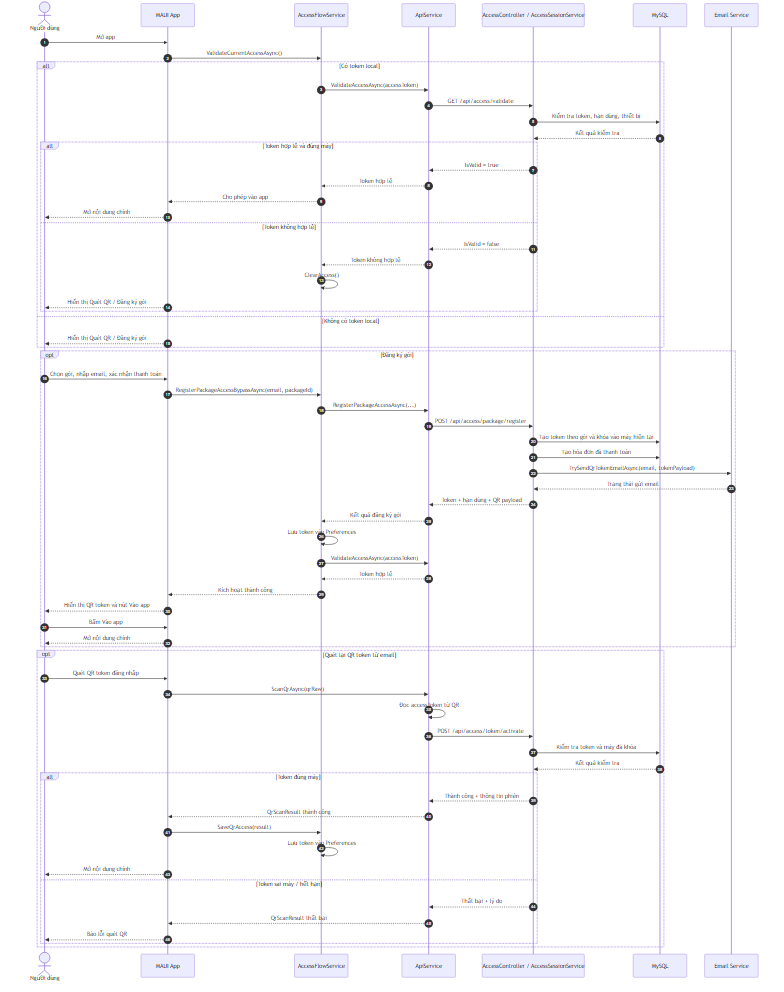
Above: prd-assets/mermaid/sequence_qr_access.png in ledat2412/C-SA-T (Mermaid), before the change. Its source is kept beside it as prd-assets/mermaid/sequence_qr_access.mmd. The source it was exported from:
```mermaid
sequenceDiagram
    autonumber
    actor User as Người dùng
    participant App as MAUI App
    participant AccessFlow as AccessFlowService
    participant Api as ApiService
    participant Backend as AccessController / AccessSessionService
    participant DB as MySQL
    participant Mail as Email Service

    User->>App: Mở app
    App->>AccessFlow: ValidateCurrentAccessAsync()

    alt Có token local
        AccessFlow->>Api: ValidateAccessAsync(accessToken)
        Api->>Backend: GET /api/access/validate
        Backend->>DB: Kiểm tra token, hạn dùng, thiết bị
        DB-->>Backend: Kết quả kiểm tra

        alt Token hợp lệ và đúng máy
            Backend-->>Api: IsValid = true
            Api-->>AccessFlow: Token hợp lệ
            AccessFlow-->>App: Cho phép vào app
            App-->>User: Mở nội dung chính
        else Token không hợp lệ
            Backend-->>Api: IsValid = false
            Api-->>AccessFlow: Token không hợp lệ
            AccessFlow->>AccessFlow: ClearAccess()
            App-->>User: Hiển thị Quét QR / Đăng ký gói
        end
    else Không có token local
        App-->>User: Hiển thị Quét QR / Đăng ký gói
    end

    opt Đăng ký gói
        User->>App: Chọn gói, nhập email, xác nhận thanh toán
        App->>AccessFlow: RegisterPackageAccessBypassAsync(email, packageId)
        AccessFlow->>Api: RegisterPackageAccessAsync(...)
        Api->>Backend: POST /api/access/package/register
        Backend->>DB: Tạo token theo gói và khóa vào máy hiện tại
        Backend->>DB: Tạo hóa đơn đã thanh toán
        Backend->>Mail: TrySendQrTokenEmailAsync(email, tokenPayload)
        Mail-->>Backend: Trạng thái gửi email
        Backend-->>Api: Token + hạn dùng + QR payload
        Api-->>AccessFlow: Kết quả đăng ký gói
        AccessFlow->>AccessFlow: Lưu token vào Preferences
        AccessFlow->>Api: ValidateAccessAsync(accessToken)
        Api-->>AccessFlow: Token hợp lệ
        AccessFlow-->>App: Kích hoạt thành công
        App-->>User: Hiển thị QR token và nút Vào app
        User->>App: Bấm Vào app
        App-->>User: Mở nội dung chính
    end

    opt Quét lại QR token từ email
        User->>App: Quét QR token đăng nhập
        App->>Api: ScanQrAsync(qrRaw)
        Api->>Api: Đọc accessToken từ QR
        Api->>Backend: POST /api/access/token/activate
        Backend->>DB: Kiểm tra token và máy đã khóa
        DB-->>Backend: Kết quả kiểm tra

        alt Token đúng máy
            Backend-->>Api: Thành công + thông tin phiên
            Api-->>App: QrScanResult thành công
            App->>AccessFlow: SaveQrAccess(result)
            AccessFlow->>AccessFlow: Lưu token vào Preferences
            App-->>User: Mở nội dung chính
        else Token sai máy / hết hạn
            Backend-->>Api: Thất bại + lý do
            Api-->>App: QrScanResult thất bại
            App-->>User: Báo lỗi quét QR
        end
    end
```
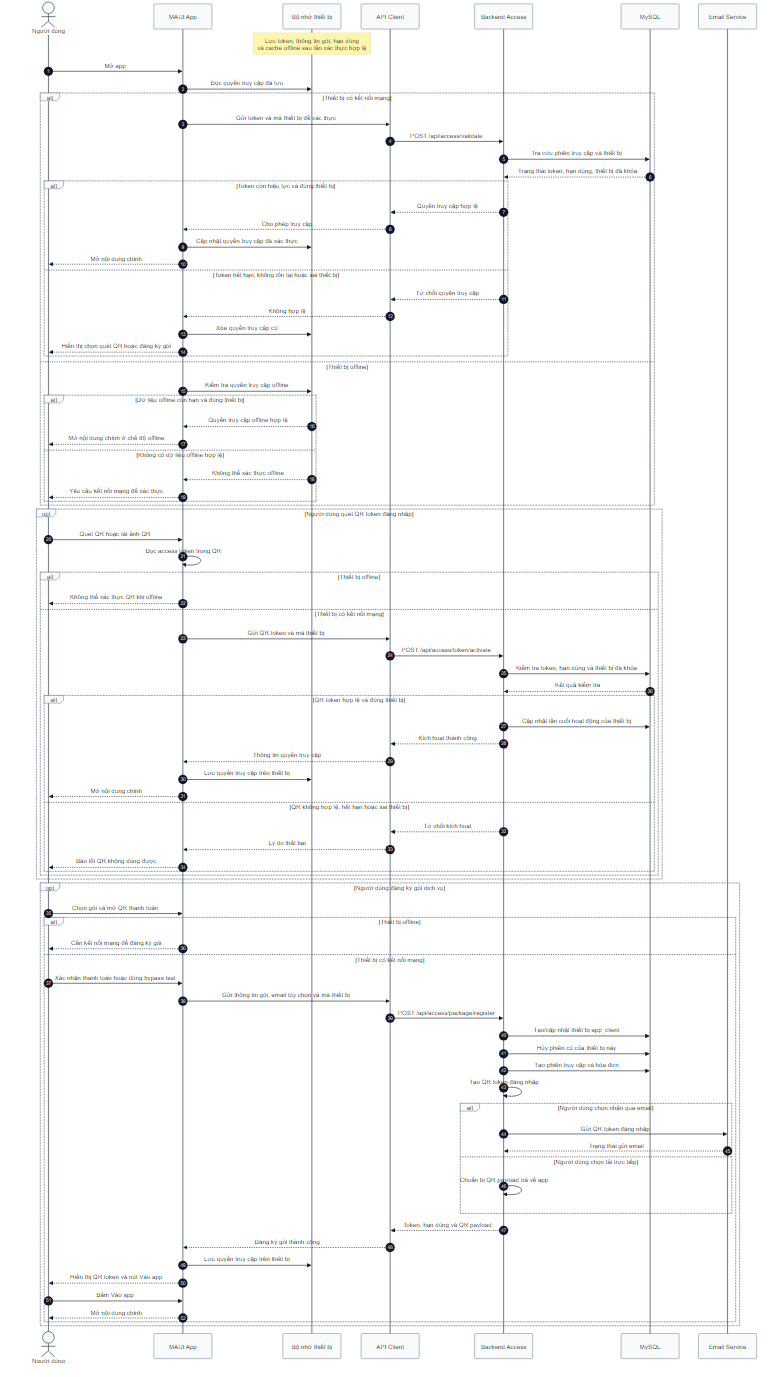
Later version of the same file.

Commit message:
update sequence server scan qr

Change to the diagram source:
```diff
@@ -1,74 +1,100 @@
+%%{init: {"theme": "base", "themeVariables": {"background": "#ffffff", "primaryColor": "#f8fafc", "primaryBorderColor": "#475569", "primaryTextColor": "#0f172a", "lineColor": "#334155", "tertiaryColor": "#ffffff", "fontFamily": "Arial"}}}%%
 sequenceDiagram
     autonumber
     actor User as Người dùng
     participant App as MAUI App
-    participant AccessFlow as AccessFlowService
-    participant Api as ApiService
-    participant Backend as AccessController / AccessSessionService
+    participant Local as Bộ nhớ thiết bị
+    participant Api as API Client
+    participant Backend as Backend Access
     participant DB as MySQL
     participant Mail as Email Service
 
+    Note over Local: Lưu token, thông tin gói, hạn dùng<br/>và cache offline sau lần xác thực hợp lệ
+
     User->>App: Mở app
-    App->>AccessFlow: ValidateCurrentAccessAsync()
+    App->>Local: Đọc quyền truy cập đã lưu
 
-    alt Có token local
-        AccessFlow->>Api: ValidateAccessAsync(accessToken)
-        Api->>Backend: GET /api/access/validate
-        Backend->>DB: Kiểm tra token, hạn dùng, thiết bị
-        DB-->>Backend: Kết quả kiểm tra
+    alt Thiết bị có kết nối mạng
+        App->>Api: Gửi token và mã thiết bị để xác thực
+        Api->>Backend: POST /api/access/validate
+        Backend->>DB: Tra cứu phiên truy cập và thiết bị
+        DB-->>Backend: Trạng thái token, hạn dùng, thiết bị đã khóa
 
-        alt Token hợp lệ và đúng máy
-            Backend-->>Api: IsValid = true
-            Api-->>AccessFlow: Token hợp lệ
-            AccessFlow-->>App: Cho phép vào app
+        alt Token còn hiệu lực và đúng thiết bị
+            Backend-->>Api: Quyền truy cập hợp lệ
+            Api-->>App: Cho phép truy cập
+            App->>Local: Cập nhật quyền truy cập đã xác thực
             App-->>User: Mở nội dung chính
-        else Token không hợp lệ
-            Backend-->>Api: IsValid = false
-            Api-->>AccessFlow: Token không hợp lệ
-            AccessFlow->>AccessFlow: ClearAccess()
-            App-->>User: Hiển thị Quét QR / Đăng ký gói
+        else Token hết hạn, không tồn tại hoặc sai thiết bị
+            Backend-->>Api: Từ chối quyền truy cập
+            Api-->>App: Không hợp lệ
+            App->>Local: Xóa quyền truy cập cũ
+            App-->>User: Hiển thị chọn quét QR hoặc đăng ký gói
         end
-    else Không có token local
-        App-->>User: Hiển thị Quét QR / Đăng ký gói
+    else Thiết bị offline
+        App->>Local: Kiểm tra quyền truy cập offline
+
+        alt Dữ liệu offline còn hạn và đúng thiết bị
+            Local-->>App: Quyền truy cập offline hợp lệ
+            App-->>User: Mở nội dung chính ở chế độ offline
+        else Không có dữ liệu offline hợp lệ
+            Local-->>App: Không thể xác thực offline
+            App-->>User: Yêu cầu kết nối mạng để xác thực
+        end
     end
 
-    opt Đăng ký gói
-        User->>App: Chọn gói, nhập email, xác nhận thanh toán
-        App->>AccessFlow: RegisterPackageAccessBypassAsync(email, packageId)
-        AccessFlow->>Api: RegisterPackageAccessAsync(...)
-        Api->>Backend: POST /api/access/package/register
-        Backend->>DB: Tạo token theo gói và khóa vào máy hiện tại
-        Backend->>DB: Tạo hóa đơn đã thanh toán
-        Backend->>Mail: TrySendQrTokenEmailAsync(email, tokenPayload)
-        Mail-->>Backend: Trạng thái gửi email
-        Backend-->>Api: Token + hạn dùng + QR payload
-        Api-->>AccessFlow: Kết quả đăng ký gói
-        AccessFlow->>AccessFlow: Lưu token vào Preferences
-        AccessFlow->>Api: ValidateAccessAsync(accessToken)
-        Api-->>AccessFlow: Token hợp lệ
-        AccessFlow-->>App: Kích hoạt thành công
-        App-->>User: Hiển thị QR token và nút Vào app
-        User->>App: Bấm Vào app
-        App-->>User: Mở nội dung chính
+    opt Người dùng quét QR token đăng nhập
+        User->>App: Quét QR hoặc tải ảnh QR
+        App->>App: Đọc access token trong QR
+
+        alt Thiết bị offline
+            App-->>User: Không thể xác thực QR khi offline
+        else Thiết bị có kết nối mạng
+            App->>Api: Gửi QR token và mã thiết bị
+            Api->>Backend: POST /api/access/token/activate
+            Backend->>DB: Kiểm tra token, hạn dùng và thiết bị đã khóa
+            DB-->>Backend: Kết quả kiểm tra
+
+            alt QR token hợp lệ và đúng thiết bị
+                Backend->>DB: Cập nhật lần cuối hoạt động của thiết bị
+                Backend-->>Api: Kích hoạt thành công
+                Api-->>App: Thông tin quyền truy cập
+                App->>Local: Lưu quyền truy cập trên thiết bị
+                App-->>User: Mở nội dung chính
+            else QR không hợp lệ, hết hạn hoặc sai thiết bị
+                Backend-->>Api: Từ chối kích hoạt
+                Api-->>App: Lý do thất bại
+                App-->>User: Báo lỗi QR không dùng được
+            end
+        end
     end
 
-    opt Quét lại QR token từ email
-        User->>App: Quét QR token đăng nhập
-        App->>Api: ScanQrAsync(qrRaw)
-        Api->>Api: Đọc accessToken từ QR
-        Api->>Backend: POST /api/access/token/activate
-        Backend->>DB: Kiểm tra token và máy đã khóa
-        DB-->>Backend: Kết quả kiểm tra
+    opt Người dùng đăng ký gói dịch vụ
+        User->>App: Chọn gói và mở QR thanh toán
 
-        alt Token đúng máy
-            Backend-->>Api: Thành công + thông tin phiên
-            Api-->>App: QrScanResult thành công
-            App->>AccessFlow: SaveQrAccess(result)
-            AccessFlow->>AccessFlow: Lưu token vào Preferences
+        alt Thiết bị offline
+            App-->>User: Cần kết nối mạng để đăng ký gói
+        else Thiết bị có kết nối mạng
+            User->>App: Xác nhận thanh toán hoặc dùng bypass test
+            App->>Api: Gửi thông tin gói, email tùy chọn và mã thiết bị
+            Api->>Backend: POST /api/access/package/register
+            Backend->>DB: Tạo/cập nhật thiết bị app_client
+            Backend->>DB: Hủy phiên cũ của thiết bị này
+            Backend->>DB: Tạo phiên truy cập và hóa đơn
+            Backend->>Backend: Tạo QR token đăng nhập
+
+            alt Người dùng chọn nhận qua email
+                Backend->>Mail: Gửi QR token đăng nhập
+                Mail-->>Backend: Trạng thái gửi email
+            else Người dùng chọn tải trực tiếp
+                Backend->>Backend: Chuẩn bị QR payload trả về app
+            end
+
+            Backend-->>Api: Token, hạn dùng và QR payload
+            Api-->>App: Đăng ký gói thành công
+            App->>Local: Lưu quyền truy cập trên thiết bị
+            App-->>User: Hiển thị QR token và nút Vào app
+            User->>App: Bấm Vào app
             App-->>User: Mở nội dung chính
-        else Token sai máy / hết hạn
-            Backend-->>Api: Thất bại + lý do
-            Api-->>App: QrScanResult thất bại
-            App-->>User: Báo lỗi quét QR
         end
     end
```
